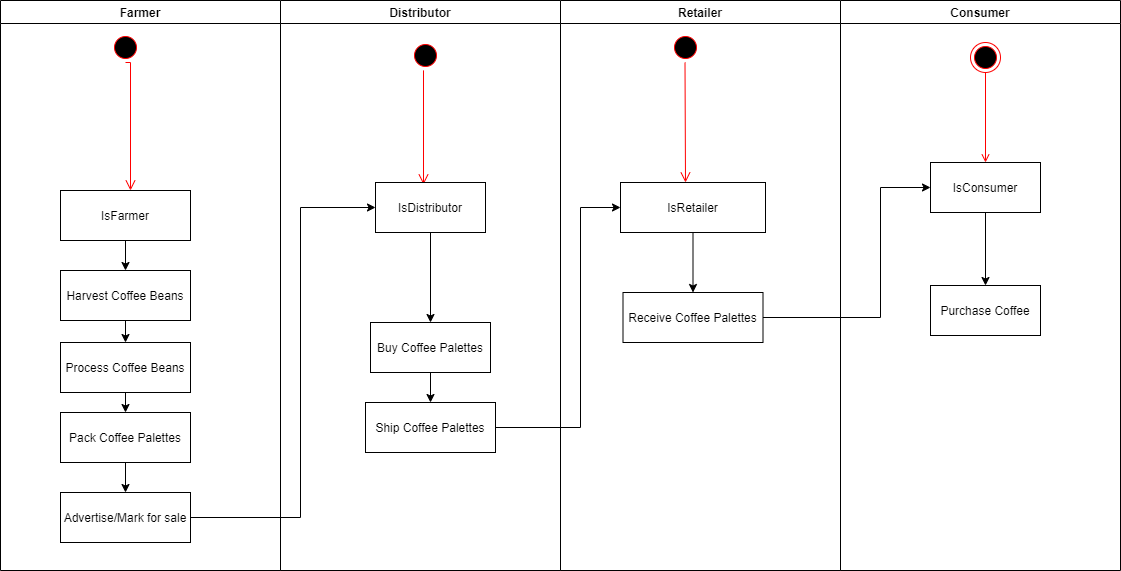
Earlier version of the draw.io export uml/activity-diagram.PNG (nathanrhoda/supply-chain-dapp). Source tidied: cells renumbered, new cells last; positions are measured from the earlier drawing's top-left corner, leaving out a move shared by most shapes. Its diagram source:
```xml
<mxGraphModel background="#ffffff">
  <root>
    <mxCell id="0" />
    <mxCell id="1" parent="0" />
    <mxCell id="2" value="Farmer" style="swimlane;whiteSpace=wrap;" parent="1" vertex="1">
      <mxGeometry width="280" height="570" as="geometry" />
    </mxCell>
    <mxCell id="3" style="ellipse;shape=startState;fillColor=#000000;strokeColor=#ff0000;" parent="2" vertex="1">
      <mxGeometry x="110" y="32" width="30" height="30" as="geometry" />
    </mxCell>
    <mxCell id="4" style="edgeStyle=elbowEdgeStyle;elbow=horizontal;verticalAlign=bottom;endArrow=open;endSize=8;strokeColor=#FF0000;endFill=1;rounded=0;entryX=0.538;entryY=0;entryDx=0;entryDy=0;entryPerimeter=0;exitX=0.5;exitY=1;exitDx=0;exitDy=0;" parent="2" edge="1" source="3" target="13">
      <mxGeometry x="100" y="40" as="geometry">
        <Array as="points">
          <mxPoint x="130" y="92" />
        </Array>
      </mxGeometry>
    </mxCell>
    <mxCell id="5" style="edgeStyle=orthogonalEdgeStyle;rounded=0;jettySize=auto;html=1;exitX=0.5;exitY=1;exitDx=0;exitDy=0;entryX=0.5;entryY=0;entryDx=0;entryDy=0;" parent="2" edge="1" source="6" target="8">
      <mxGeometry relative="1" as="geometry" />
    </mxCell>
    <mxCell id="6" value="Harvest Coffee Beans" parent="2" vertex="1">
      <mxGeometry x="60" y="270" width="130" height="50" as="geometry" />
    </mxCell>
    <mxCell id="7" style="edgeStyle=orthogonalEdgeStyle;rounded=0;jettySize=auto;html=1;exitX=0.5;exitY=1;exitDx=0;exitDy=0;entryX=0.5;entryY=0;entryDx=0;entryDy=0;" parent="2" edge="1" source="8" target="10">
      <mxGeometry relative="1" as="geometry" />
    </mxCell>
    <mxCell id="8" value="Process Coffee Beans" parent="2" vertex="1">
      <mxGeometry x="60" y="342" width="130" height="50" as="geometry" />
    </mxCell>
    <mxCell id="9" style="edgeStyle=orthogonalEdgeStyle;rounded=0;jettySize=auto;html=1;exitX=0.5;exitY=1;exitDx=0;exitDy=0;entryX=0.5;entryY=0;entryDx=0;entryDy=0;" parent="2" edge="1" source="10" target="11">
      <mxGeometry relative="1" as="geometry" />
    </mxCell>
    <mxCell id="10" value="Pack Coffee Palettes" parent="2" vertex="1">
      <mxGeometry x="60" y="412" width="130" height="50" as="geometry" />
    </mxCell>
    <mxCell id="11" value="Advertise/Mark for sale" parent="2" vertex="1">
      <mxGeometry x="60" y="492" width="130" height="50" as="geometry" />
    </mxCell>
    <mxCell id="12" style="edgeStyle=orthogonalEdgeStyle;rounded=0;jettySize=auto;html=1;exitX=0.5;exitY=1;exitDx=0;exitDy=0;entryX=0.5;entryY=0;entryDx=0;entryDy=0;" parent="2" edge="1" source="13" target="6">
      <mxGeometry relative="1" as="geometry" />
    </mxCell>
    <mxCell id="13" value="IsFarmer" parent="2" vertex="1">
      <mxGeometry x="60" y="190" width="130" height="50" as="geometry" />
    </mxCell>
    <mxCell id="14" value="Distributor" style="swimlane;whiteSpace=wrap;" parent="1" vertex="1">
      <mxGeometry x="280" width="280" height="570" as="geometry" />
    </mxCell>
    <mxCell id="15" style="ellipse;shape=startState;fillColor=#000000;strokeColor=#ff0000;" parent="14" vertex="1">
      <mxGeometry x="130" y="40" width="30" height="30" as="geometry" />
    </mxCell>
    <mxCell id="16" style="edgeStyle=elbowEdgeStyle;elbow=horizontal;verticalAlign=bottom;endArrow=open;endSize=8;strokeColor=#FF0000;endFill=1;rounded=0;entryX=0.436;entryY=0.04;entryDx=0;entryDy=0;entryPerimeter=0;" parent="14" edge="1" source="15" target="20">
      <mxGeometry x="40" y="20" as="geometry" />
    </mxCell>
    <mxCell id="17" style="edgeStyle=orthogonalEdgeStyle;rounded=0;jettySize=auto;html=1;exitX=0.5;exitY=1;exitDx=0;exitDy=0;entryX=0.5;entryY=0;entryDx=0;entryDy=0;" parent="14" edge="1" source="18" target="21">
      <mxGeometry relative="1" as="geometry" />
    </mxCell>
    <mxCell id="18" value="Buy Coffee Palettes" parent="14" vertex="1">
      <mxGeometry x="90" y="322" width="120" height="50" as="geometry" />
    </mxCell>
    <mxCell id="19" style="edgeStyle=orthogonalEdgeStyle;rounded=0;jettySize=auto;html=1;exitX=0.5;exitY=1;exitDx=0;exitDy=0;" parent="14" edge="1" source="20" target="18">
      <mxGeometry relative="1" as="geometry" />
    </mxCell>
    <mxCell id="20" value="IsDistributor" parent="14" vertex="1">
      <mxGeometry x="95" y="182" width="110" height="50" as="geometry" />
    </mxCell>
    <mxCell id="21" value="Ship Coffee Palettes" parent="14" vertex="1">
      <mxGeometry x="85" y="402" width="130" height="50" as="geometry" />
    </mxCell>
    <mxCell id="22" value="Retailer" style="swimlane;whiteSpace=wrap;" parent="1" vertex="1">
      <mxGeometry x="560" width="280" height="570" as="geometry" />
    </mxCell>
    <mxCell id="23" style="edgeStyle=elbowEdgeStyle;elbow=horizontal;verticalAlign=bottom;endArrow=open;endSize=8;strokeColor=#FF0000;endFill=1;rounded=0;" parent="22" edge="1">
      <mxGeometry x="-315.5" y="-116" as="geometry">
        <mxPoint x="124.5" y="62" as="sourcePoint" />
        <mxPoint x="124.5" y="182" as="targetPoint" />
      </mxGeometry>
    </mxCell>
    <mxCell id="24" value="Receive Coffee Palettes" parent="22" vertex="1">
      <mxGeometry x="62.5" y="292" width="140" height="50" as="geometry" />
    </mxCell>
    <mxCell id="25" style="edgeStyle=orthogonalEdgeStyle;rounded=0;jettySize=auto;html=1;exitX=0.5;exitY=1;exitDx=0;exitDy=0;entryX=0.5;entryY=0;entryDx=0;entryDy=0;" parent="22" edge="1" source="26" target="24">
      <mxGeometry relative="1" as="geometry" />
    </mxCell>
    <mxCell id="26" value="IsRetailer" parent="22" vertex="1">
      <mxGeometry x="60" y="182" width="145" height="50" as="geometry" />
    </mxCell>
    <mxCell id="27" style="ellipse;shape=startState;fillColor=#000000;strokeColor=#ff0000;" parent="22" vertex="1">
      <mxGeometry x="110" y="32" width="30" height="30" as="geometry" />
    </mxCell>
    <mxCell id="28" value="Consumer" style="swimlane;whiteSpace=wrap;" parent="1" vertex="1">
      <mxGeometry x="840" width="280" height="570" as="geometry" />
    </mxCell>
    <mxCell id="29" value="Purchase Coffee" parent="28" vertex="1">
      <mxGeometry x="90" y="285" width="110" height="50" as="geometry" />
    </mxCell>
    <mxCell id="30" style="ellipse;shape=endState;fillColor=#000000;strokeColor=#ff0000;" parent="28" vertex="1">
      <mxGeometry x="130" y="42" width="30" height="30" as="geometry" />
    </mxCell>
    <mxCell id="31" style="endArrow=open;strokeColor=#FF0000;endFill=1;rounded=0;exitX=0.5;exitY=1;exitDx=0;exitDy=0;" parent="28" edge="1" source="30">
      <mxGeometry relative="1" as="geometry">
        <mxPoint x="145" y="162" as="targetPoint" />
      </mxGeometry>
    </mxCell>
    <mxCell id="32" style="edgeStyle=orthogonalEdgeStyle;rounded=0;jettySize=auto;html=1;exitX=0.5;exitY=1;exitDx=0;exitDy=0;entryX=0.5;entryY=0;entryDx=0;entryDy=0;" parent="28" edge="1" source="33" target="29">
      <mxGeometry relative="1" as="geometry" />
    </mxCell>
    <mxCell id="33" value="IsConsumer" parent="28" vertex="1">
      <mxGeometry x="90" y="162" width="110" height="50" as="geometry" />
    </mxCell>
    <mxCell id="34" style="edgeStyle=orthogonalEdgeStyle;rounded=0;jettySize=auto;html=1;exitX=1;exitY=0.5;exitDx=0;exitDy=0;entryX=0;entryY=0.5;entryDx=0;entryDy=0;" parent="1" edge="1" source="11" target="20">
      <mxGeometry relative="1" as="geometry">
        <Array as="points">
          <mxPoint x="300" y="517" />
          <mxPoint x="300" y="207" />
        </Array>
      </mxGeometry>
    </mxCell>
    <mxCell id="35" style="edgeStyle=orthogonalEdgeStyle;rounded=0;jettySize=auto;html=1;exitX=1;exitY=0.5;exitDx=0;exitDy=0;entryX=0;entryY=0.5;entryDx=0;entryDy=0;" parent="1" edge="1" source="21" target="26">
      <mxGeometry relative="1" as="geometry">
        <Array as="points">
          <mxPoint x="580" y="427" />
          <mxPoint x="580" y="207" />
        </Array>
      </mxGeometry>
    </mxCell>
    <mxCell id="36" style="edgeStyle=orthogonalEdgeStyle;rounded=0;jettySize=auto;html=1;exitX=1;exitY=0.5;exitDx=0;exitDy=0;entryX=0;entryY=0.5;entryDx=0;entryDy=0;" parent="1" edge="1" source="24" target="33">
      <mxGeometry relative="1" as="geometry">
        <Array as="points">
          <mxPoint x="880" y="317" />
          <mxPoint x="880" y="187" />
        </Array>
      </mxGeometry>
    </mxCell>
  </root>
</mxGraphModel>
```
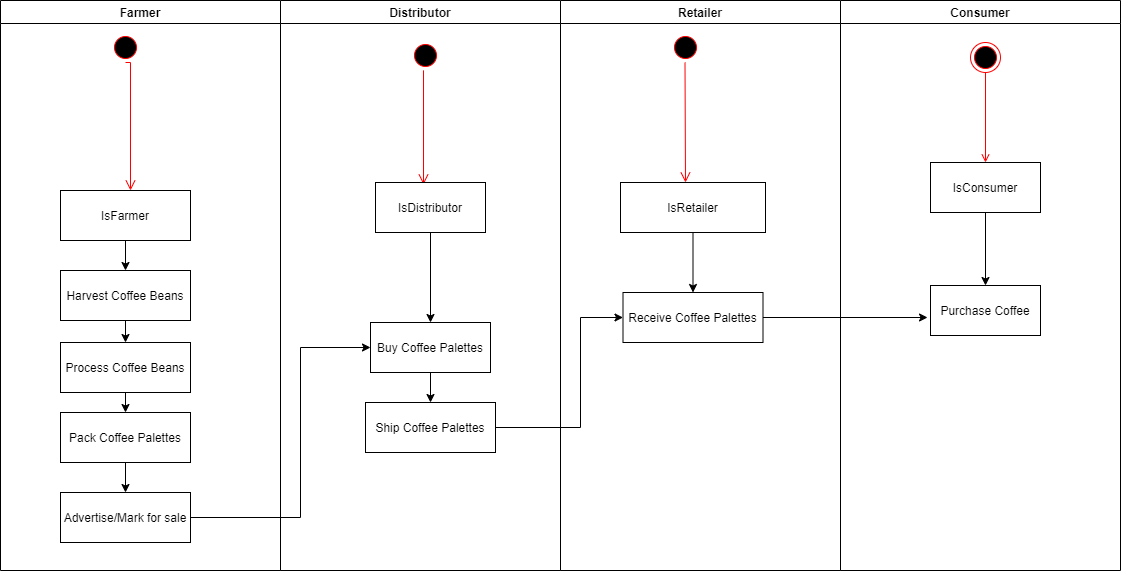
After the change.

What changed in the source:
```diff
@@ -107,29 +107,24 @@
     <mxCell id="33" value="IsConsumer" parent="28" vertex="1">
       <mxGeometry x="90" y="162" width="110" height="50" as="geometry" />
     </mxCell>
-    <mxCell id="34" style="edgeStyle=orthogonalEdgeStyle;rounded=0;jettySize=auto;html=1;exitX=1;exitY=0.5;exitDx=0;exitDy=0;entryX=0;entryY=0.5;entryDx=0;entryDy=0;" parent="1" edge="1" source="11" target="20">
+    <mxCell id="34" style="edgeStyle=orthogonalEdgeStyle;rounded=0;jettySize=auto;html=1;exitX=1;exitY=0.5;exitDx=0;exitDy=0;entryX=0;entryY=0.5;entryDx=0;entryDy=0;" parent="1" edge="1" source="11" target="18">
       <mxGeometry relative="1" as="geometry">
         <Array as="points">
           <mxPoint x="300" y="517" />
-          <mxPoint x="300" y="207" />
+          <mxPoint x="300" y="347" />
         </Array>
       </mxGeometry>
     </mxCell>
-    <mxCell id="35" style="edgeStyle=orthogonalEdgeStyle;rounded=0;jettySize=auto;html=1;exitX=1;exitY=0.5;exitDx=0;exitDy=0;entryX=0;entryY=0.5;entryDx=0;entryDy=0;" parent="1" edge="1" source="21" target="26">
-      <mxGeometry relative="1" as="geometry">
-        <Array as="points">
-          <mxPoint x="580" y="427" />
-          <mxPoint x="580" y="207" />
-        </Array>
-      </mxGeometry>
-    </mxCell>
-    <mxCell id="36" style="edgeStyle=orthogonalEdgeStyle;rounded=0;jettySize=auto;html=1;exitX=1;exitY=0.5;exitDx=0;exitDy=0;entryX=0;entryY=0.5;entryDx=0;entryDy=0;" parent="1" edge="1" source="24" target="33">
-      <mxGeometry relative="1" as="geometry">
-        <Array as="points">
-          <mxPoint x="880" y="317" />
-          <mxPoint x="880" y="187" />
-        </Array>
-      </mxGeometry>
-    </mxCell>
+    <mxCell id="37" style="edgeStyle=orthogonalEdgeStyle;rounded=0;jettySize=auto;html=1;exitX=1;exitY=0.5;exitDx=0;exitDy=0;entryX=0;entryY=0.5;entryDx=0;entryDy=0;" parent="1" edge="1" source="21" target="24">
+      <mxGeometry relative="1" as="geometry">
+        <Array as="points">
+          <mxPoint x="580" y="427" />
+          <mxPoint x="580" y="317" />
+        </Array>
+      </mxGeometry>
+    </mxCell>
+    <mxCell id="38" style="edgeStyle=orthogonalEdgeStyle;rounded=0;jettySize=auto;html=1;exitX=1;exitY=0.5;exitDx=0;exitDy=0;entryX=-0.027;entryY=0.64;entryDx=0;entryDy=0;entryPerimeter=0;" parent="1" edge="1" source="24" target="29">
+      <mxGeometry relative="1" as="geometry" />
+    </mxCell>
   </root>
 </mxGraphModel>
```
